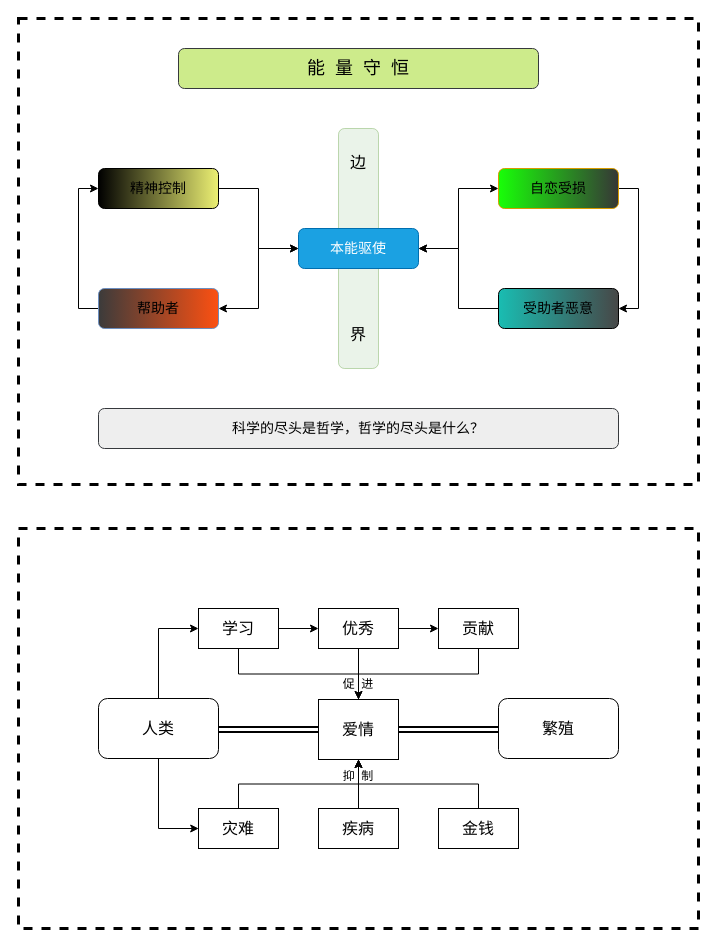
Above: page "Philosophy" (7 of 8) of Fig_CS/Figure-Factory.drawio in jizhang02/Figure-Factory (draw.io), before the change. Source tidied: cells renumbered, new cells numbered last; positions are measured from the earlier drawing's top-left corner, leaving out a move shared by most shapes. Both pictures are drawn from the tidied source at 100%, with x=0, y=0 at pixel (18, 18).
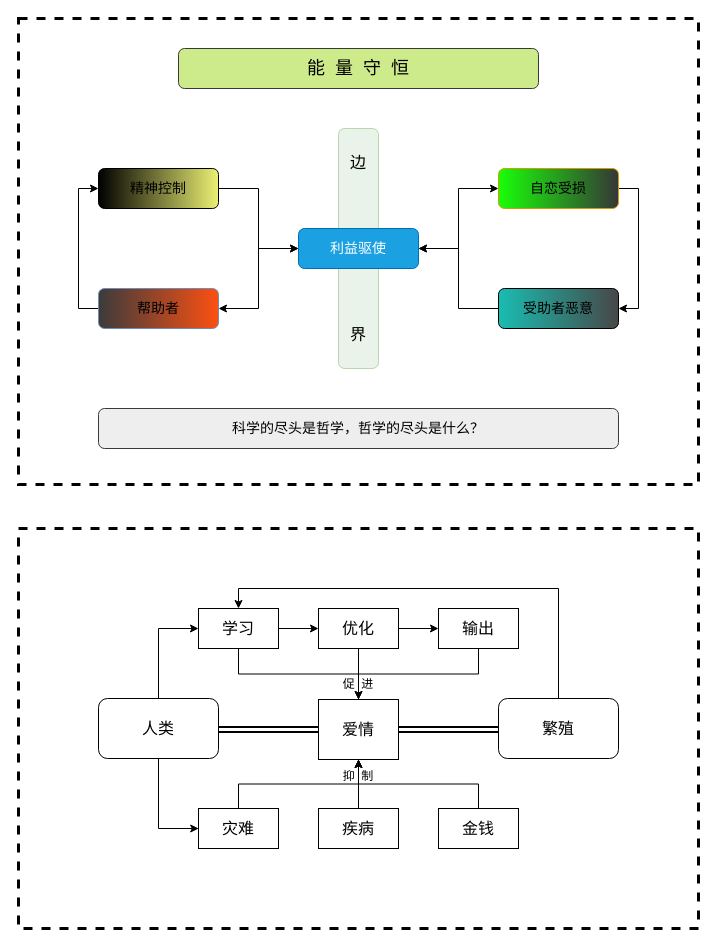
The same diagram, later.

Unchanged cells that the change refers to:
```xml
<mxCell id="21" value="繁殖" style="rounded=1;whiteSpace=wrap;html=1;fontSize=16;" parent="1" vertex="1">
  <mxGeometry x="480" y="680" width="120" height="60" as="geometry" />
</mxCell>
<mxCell id="25" value="学习" style="rounded=0;whiteSpace=wrap;html=1;fontSize=16;" parent="1" vertex="1">
  <mxGeometry x="180" y="590" width="80" height="40" as="geometry" />
</mxCell>
```

What changed in the source:
```diff
@@
-    <mxCell id="15" value="&lt;font style=&quot;font-size: 14px;&quot;&gt;本能驱使&lt;/font&gt;" style="rounded=1;whiteSpace=wrap;html=1;fillColor=#1ba1e2;fontColor=#ffffff;strokeColor=#006EAF;" parent="1" vertex="1">
+    <mxCell id="15" value="&lt;font style=&quot;font-size: 14px;&quot;&gt;利益驱使&lt;/font&gt;" style="rounded=1;whiteSpace=wrap;html=1;fillColor=#1ba1e2;fontColor=#ffffff;strokeColor=#006EAF;" parent="1" vertex="1">
       <mxGeometry x="280" y="210" width="120" height="40" as="geometry" />
     </mxCell>
@@
+    <mxCell id="41" style="edgeStyle=orthogonalEdgeStyle;rounded=0;jettySize=auto;html=1;exitX=0.5;exitY=0;exitDx=0;exitDy=0;entryX=0.5;entryY=0;entryDx=0;entryDy=0;" parent="1" edge="1" source="21" target="25">
+      <mxGeometry relative="1" as="geometry" />
+    </mxCell>
@@
-    <mxCell id="28" value="优秀" style="rounded=0;whiteSpace=wrap;html=1;fontSize=16;" parent="1" vertex="1">
+    <mxCell id="28" value="优化" style="rounded=0;whiteSpace=wrap;html=1;fontSize=16;" parent="1" vertex="1">
       <mxGeometry x="300" y="590" width="80" height="40" as="geometry" />
     </mxCell>
@@
-    <mxCell id="30" value="贡献" style="rounded=0;whiteSpace=wrap;html=1;fontSize=16;" parent="1" vertex="1">
+    <mxCell id="30" value="输出" style="rounded=0;whiteSpace=wrap;html=1;fontSize=16;" parent="1" vertex="1">
       <mxGeometry x="420" y="590" width="80" height="40" as="geometry" />
     </mxCell>
```
